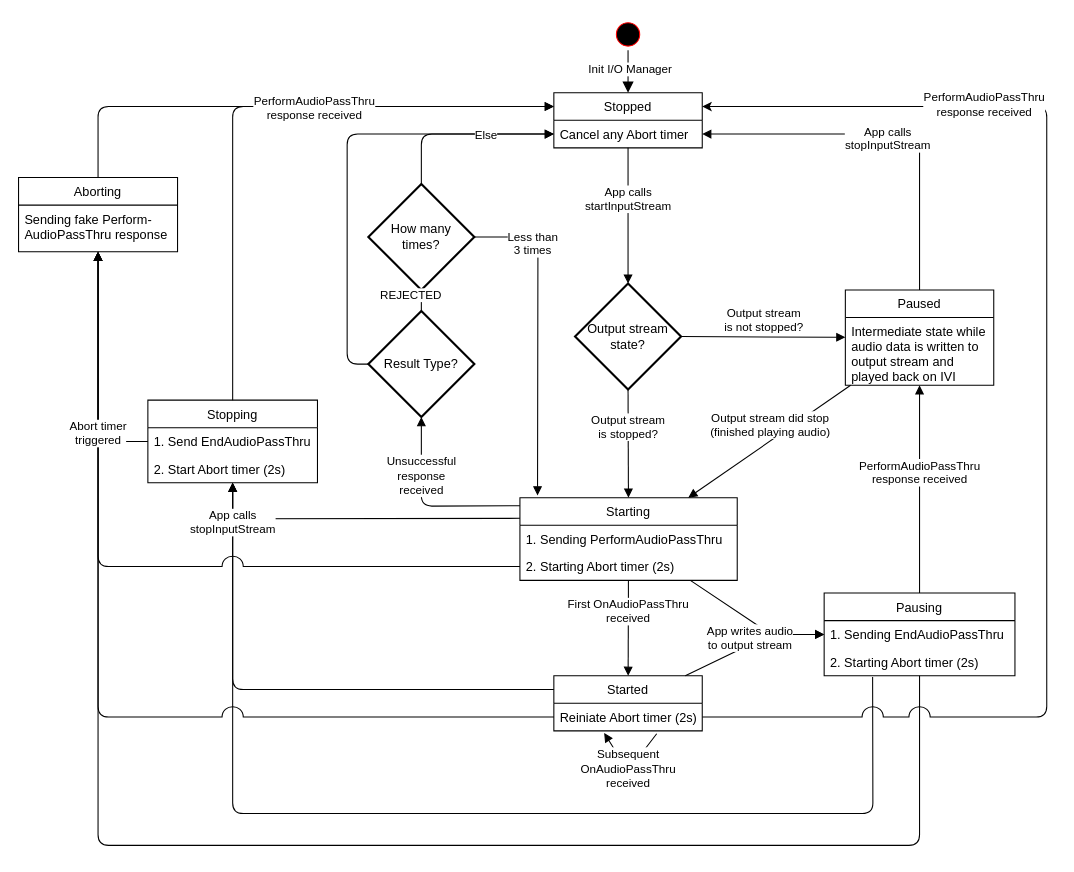
This is page "Input Stream" (1 of 2) of assets/proposals/0303-audio-io-manager/state-machine.drawio from smartdevicelink/sdl_evolution, a draw.io file, before an edit. Source tidied: cells renumbered, new cells numbered last; positions are measured from the earlier drawing's top-left corner, leaving out a move shared by most shapes. Both pictures are drawn from the tidied source at 106%, with x=0, y=0 at pixel (18, 18).
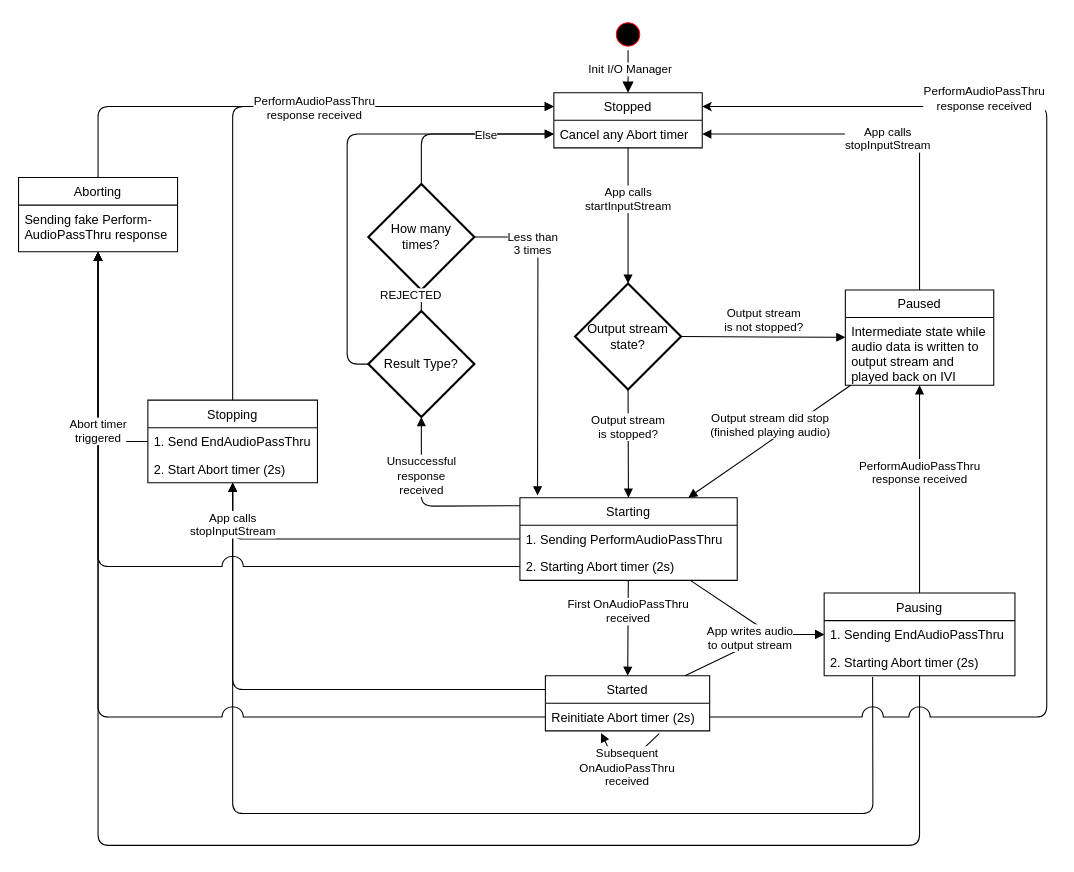
The same diagram, later.

Unchanged cells that the change refers to:
```xml
<mxCell id="9" value="Starting" style="swimlane;fontStyle=0;horizontal=1;startSize=26;fillColor=none;" parent="1" vertex="1">
  <mxGeometry x="473" y="452" width="205" height="78" as="geometry" />
</mxCell>
<mxCell id="10" value="1. Sending PerformAudioPassThru" style="text;strokeColor=none;fillColor=none;align=left;verticalAlign=top;spacingLeft=4;spacingRight=4;overflow=hidden;points=[[0,0.5],[1,0.5]];portConstraint=eastwest;" parent="9" vertex="1">
  <mxGeometry y="26" width="205" height="26" as="geometry" />
</mxCell>
<mxCell id="49" value="2. Start Abort timer (2s)" style="text;strokeColor=none;fillColor=none;align=left;verticalAlign=top;spacingLeft=4;spacingRight=4;overflow=hidden;points=[[0,0.5],[1,0.5]];portConstraint=eastwest;" parent="47" vertex="1">
  <mxGeometry y="52" width="160" height="26" as="geometry" />
</mxCell>
```

What changed in the source:
```diff
@@
     <mxCell id="17" value="Started" style="swimlane;fontStyle=0;horizontal=1;startSize=26;fillColor=none;" parent="1" vertex="1">
-      <mxGeometry x="505" y="620" width="140" height="52" as="geometry" />
+      <mxGeometry x="497" y="620" width="155" height="52" as="geometry" />
     </mxCell>
-    <mxCell id="18" value="Reiniate Abort timer (2s)" style="text;strokeColor=none;fillColor=none;align=left;verticalAlign=top;spacingLeft=4;spacingRight=4;overflow=hidden;points=[[0,0.5],[1,0.5]];portConstraint=eastwest;" parent="17" vertex="1">
-      <mxGeometry y="26" width="140" height="26" as="geometry" />
+    <mxCell id="18" value="Reinitiate Abort timer (2s)" style="text;strokeColor=none;fillColor=none;align=left;verticalAlign=top;spacingLeft=4;spacingRight=4;overflow=hidden;points=[[0,0.5],[1,0.5]];portConstraint=eastwest;" parent="17" vertex="1">
+      <mxGeometry y="26" width="155" height="26" as="geometry" />
     </mxCell>
     <mxCell id="19" value="&lt;div&gt;Subsequent&lt;br&gt;&lt;/div&gt;&lt;div&gt;OnAudioPassThru&lt;/div&gt;&lt;div&gt;received&lt;br&gt;&lt;/div&gt;" style="html=1;verticalAlign=bottom;endArrow=block;exitX=0.693;exitY=1.103;exitDx=0;exitDy=0;exitPerimeter=0;entryX=0.339;entryY=1.077;entryDx=0;entryDy=0;entryPerimeter=0;" parent="17" edge="1" source="18" target="18">
-      <mxGeometry x="0.02" y="20" relative="1" as="geometry">
+      <mxGeometry x="0.13" y="21" relative="1" as="geometry">
         <Array as="points">
           <mxPoint x="70" y="90" />
         </Array>
-        <mxPoint x="17" y="9" as="offset" />
+        <mxPoint x="26" y="10" as="offset" />
       </mxGeometry>
     </mxCell>
@@
-    <mxCell id="32" value="&lt;div&gt;App calls&lt;/div&gt;&lt;div&gt;stopInputStream&lt;br&gt;&lt;/div&gt;" style="html=1;verticalAlign=bottom;endArrow=block;exitX=0;exitY=0.25;exitDx=0;exitDy=0;" parent="1" edge="1" source="9" target="49">
+    <mxCell id="32" value="&lt;div&gt;App calls&lt;/div&gt;&lt;div&gt;stopInputStream&lt;br&gt;&lt;/div&gt;" style="html=1;verticalAlign=bottom;endArrow=block;exitX=0;exitY=0.5;exitDx=0;exitDy=0;" parent="1" edge="1" source="10" target="49">
       <mxGeometry x="0.78" y="19" relative="1" as="geometry">
         <Array as="points">
-          <mxPoint x="202" y="472" />
+          <mxPoint x="202" y="491" />
         </Array>
         <mxPoint x="19" y="19" as="offset" />
       </mxGeometry>
     </mxCell>
```
